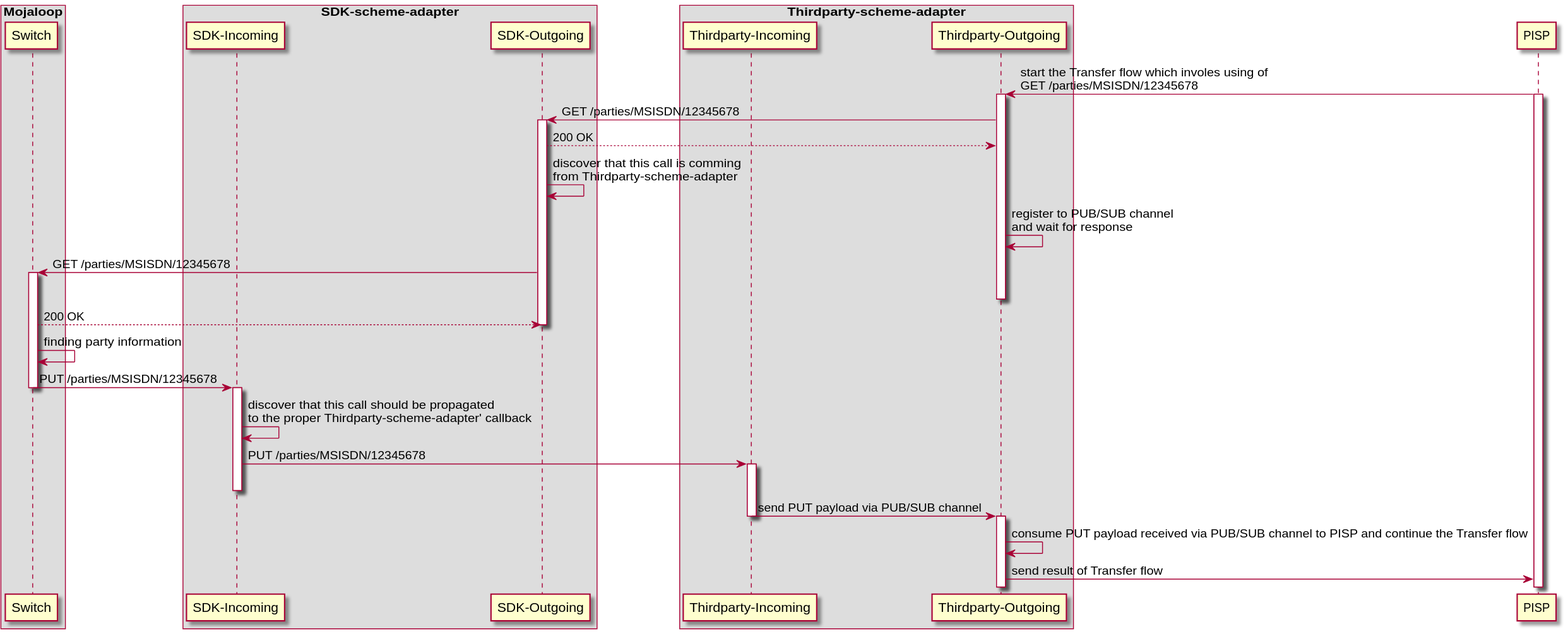
Before: docs/out/design-decisions/tandem_async_proxy.svg, a diagram exported from PlantUML (mojaloop/pisp-project). Its source is kept beside it as docs/design-decisions/tandem_async_proxy.puml.
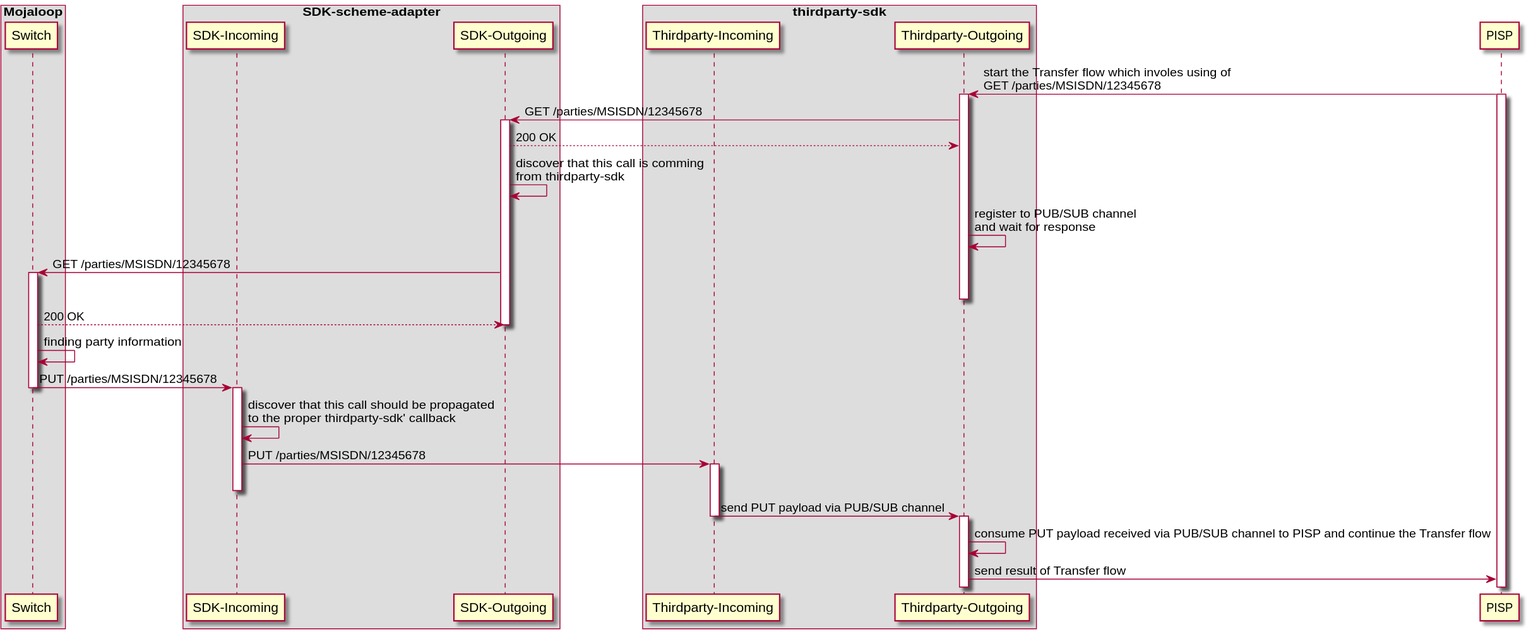
Above is the later version.

What changed in the source:
```diff
@@ -8,7 +8,7 @@
   participant "SDK-Incoming" as Sin
   participant "SDK-Outgoing" as Sout
 end box
-box "Thirdparty-scheme-adapter"
+box "thirdparty-sdk"
   participant "Thirdparty-Incoming" as Tin
   participant "Thirdparty-Outgoing" as Tout
 end box
@@ -22,7 +22,7 @@
 Tout -> Sout: GET /parties/MSISDN/12345678
 activate Sout
 Sout --> Tout: 200 OK
-Sout -> Sout: discover that this call is comming\nfrom Thirdparty-scheme-adapter
+Sout -> Sout: discover that this call is comming\nfrom thirdparty-sdk
 Tout -> Tout: register to PUB/SUB channel\nand wait for response
 
 Sout -> S: GET /parties/MSISDN/12345678
@@ -36,7 +36,7 @@
 S -> Sin: PUT /parties/MSISDN/12345678
 deactivate S
 activate Sin
-Sin -> Sin: discover that this call should be propagated\nto the proper Thirdparty-scheme-adapter' callback
+Sin -> Sin: discover that this call should be propagated\nto the proper thirdparty-sdk' callback
 Sin -> Tin: PUT /parties/MSISDN/12345678
 activate Tin
 deactivate Sin
```
